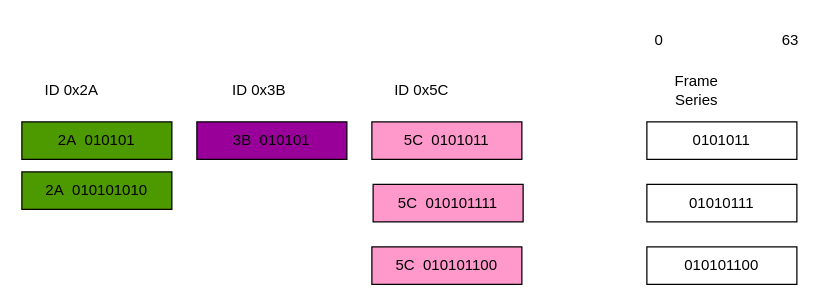
Asabeneh/30-Days-Of-Python keeps this draw.io diagram as Untitled Diagram.drawio. Above is the earlier version. Source tidied: cells renumbered, new cells numbered last; positions are measured from the earlier drawing's top-left corner, leaving out a move shared by most shapes. Both pictures are drawn from the tidied source at 125%, with x=0, y=0 at pixel (21, 21).
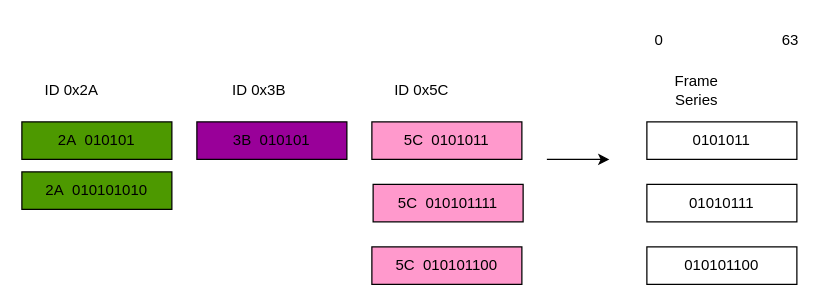
The same diagram, later.

What changed in the source:
```diff
@@
 <mxGraphModel>
   <root>
     <mxCell id="0" />
     <mxCell id="1" parent="0" />
     <mxCell id="2" value="ID 0x2A" style="text;html=1;strokeColor=none;fillColor=none;align=center;verticalAlign=middle;whiteSpace=wrap;rounded=0;" parent="1" vertex="1">
       <mxGeometry x="10" y="40" width="60" height="30" as="geometry" />
     </mxCell>
     <mxCell id="3" value="ID 0x5C" style="text;html=1;strokeColor=none;fillColor=none;align=center;verticalAlign=middle;whiteSpace=wrap;rounded=0;" parent="1" vertex="1">
       <mxGeometry x="290" y="40" width="60" height="30" as="geometry" />
     </mxCell>
     <mxCell id="4" value="ID 0x3B" style="text;html=1;strokeColor=none;fillColor=none;align=center;verticalAlign=middle;whiteSpace=wrap;rounded=0;" parent="1" vertex="1">
       <mxGeometry x="160" y="40" width="60" height="30" as="geometry" />
     </mxCell>
     <mxCell id="5" value="2A&amp;nbsp; 010101" style="rounded=0;whiteSpace=wrap;html=1;fillColor=#4D9900;" parent="1" vertex="1">
       <mxGeometry y="80" width="120" height="30" as="geometry" />
     </mxCell>
     <mxCell id="6" value="2A&amp;nbsp; 010101010" style="rounded=0;whiteSpace=wrap;html=1;fillColor=#4D9900;" parent="1" vertex="1">
       <mxGeometry y="120" width="120" height="30" as="geometry" />
     </mxCell>
     <mxCell id="7" value="3B&amp;nbsp; 010101" style="rounded=0;whiteSpace=wrap;html=1;fillColor=#990099;" parent="1" vertex="1">
       <mxGeometry x="140" y="80" width="120" height="30" as="geometry" />
     </mxCell>
     <mxCell id="8" value="5C&amp;nbsp; 0101011" style="rounded=0;whiteSpace=wrap;html=1;fillColor=#FF99CC;" parent="1" vertex="1">
       <mxGeometry x="280" y="80" width="120" height="30" as="geometry" />
     </mxCell>
     <mxCell id="9" value="5C&amp;nbsp; 010101111" style="rounded=0;whiteSpace=wrap;html=1;fillColor=#FF99CC;" parent="1" vertex="1">
       <mxGeometry x="281" y="130" width="120" height="30" as="geometry" />
     </mxCell>
     <mxCell id="10" value="5C&amp;nbsp; 010101100" style="rounded=0;whiteSpace=wrap;html=1;fillColor=#FF99CC;" parent="1" vertex="1">
       <mxGeometry x="280" y="180" width="120" height="30" as="geometry" />
     </mxCell>
     <mxCell id="11" value="Frame Series" style="text;html=1;strokeColor=none;fillColor=none;align=center;verticalAlign=middle;whiteSpace=wrap;rounded=0;" parent="1" vertex="1">
       <mxGeometry x="510" y="40" width="60" height="30" as="geometry" />
     </mxCell>
     <mxCell id="12" value="0101011" style="rounded=0;whiteSpace=wrap;html=1;" parent="1" vertex="1">
       <mxGeometry x="500" y="80" width="120" height="30" as="geometry" />
     </mxCell>
     <mxCell id="13" value="01010111" style="rounded=0;whiteSpace=wrap;html=1;" parent="1" vertex="1">
       <mxGeometry x="500" y="130" width="120" height="30" as="geometry" />
     </mxCell>
     <mxCell id="14" value="010101100" style="rounded=0;whiteSpace=wrap;html=1;" parent="1" vertex="1">
       <mxGeometry x="500" y="180" width="120" height="30" as="geometry" />
     </mxCell>
     <mxCell id="15" value="0" style="text;html=1;strokeColor=none;fillColor=none;align=center;verticalAlign=middle;whiteSpace=wrap;rounded=0;" parent="1" vertex="1">
       <mxGeometry x="500" width="20" height="30" as="geometry" />
     </mxCell>
     <mxCell id="16" value="63" style="text;html=1;strokeColor=none;fillColor=none;align=center;verticalAlign=middle;whiteSpace=wrap;rounded=0;" parent="1" vertex="1">
       <mxGeometry x="600" width="30" height="30" as="geometry" />
     </mxCell>
+    <mxCell id="17" style="endArrow=classic;html=1;rounded=0;" parent="1" edge="1">
+      <mxGeometry relative="1" as="geometry">
+        <mxPoint x="420" y="110" as="sourcePoint" />
+        <mxPoint x="470" y="110" as="targetPoint" />
+      </mxGeometry>
+    </mxCell>
   </root>
 </mxGraphModel>
```
